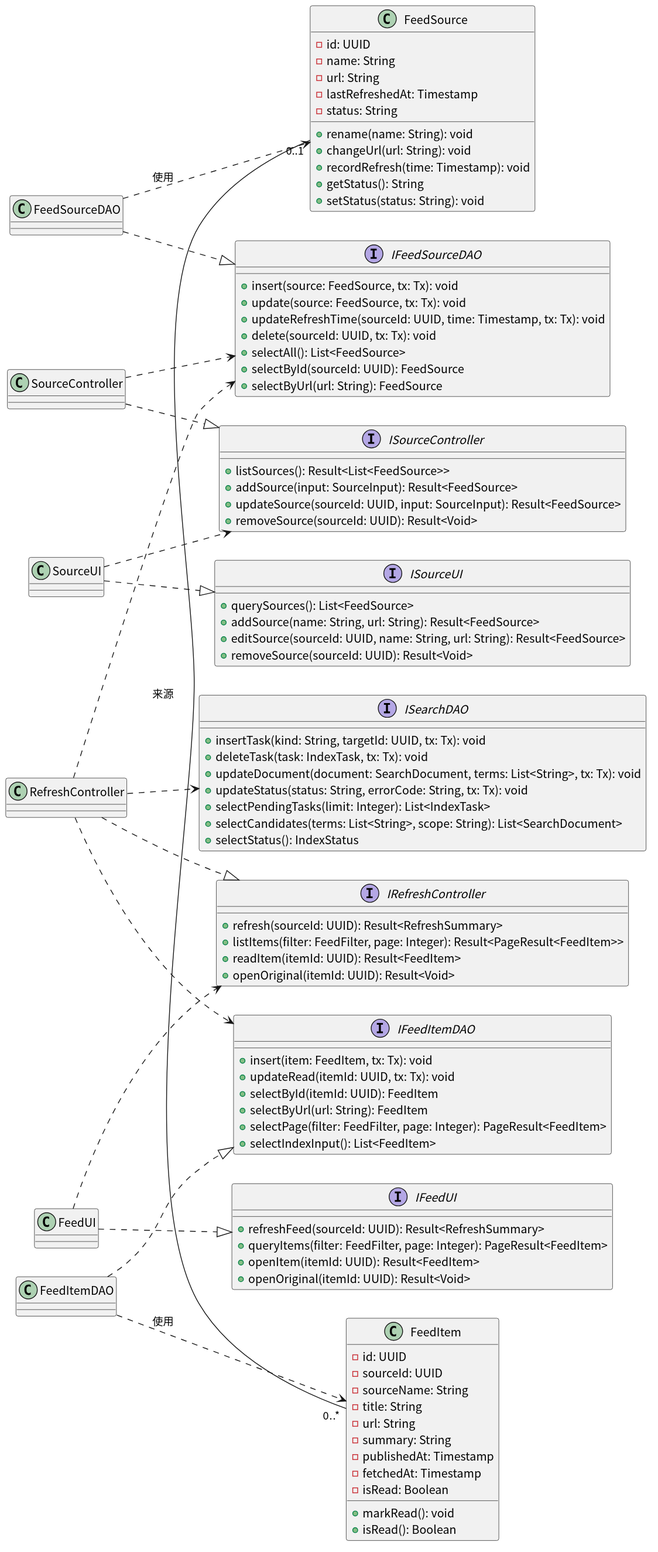
AlanRosston/labloom keeps this PlantUML diagram as docs/SE_Experiment/design/figures/components-uc02-03.svg. Above is the earlier version.
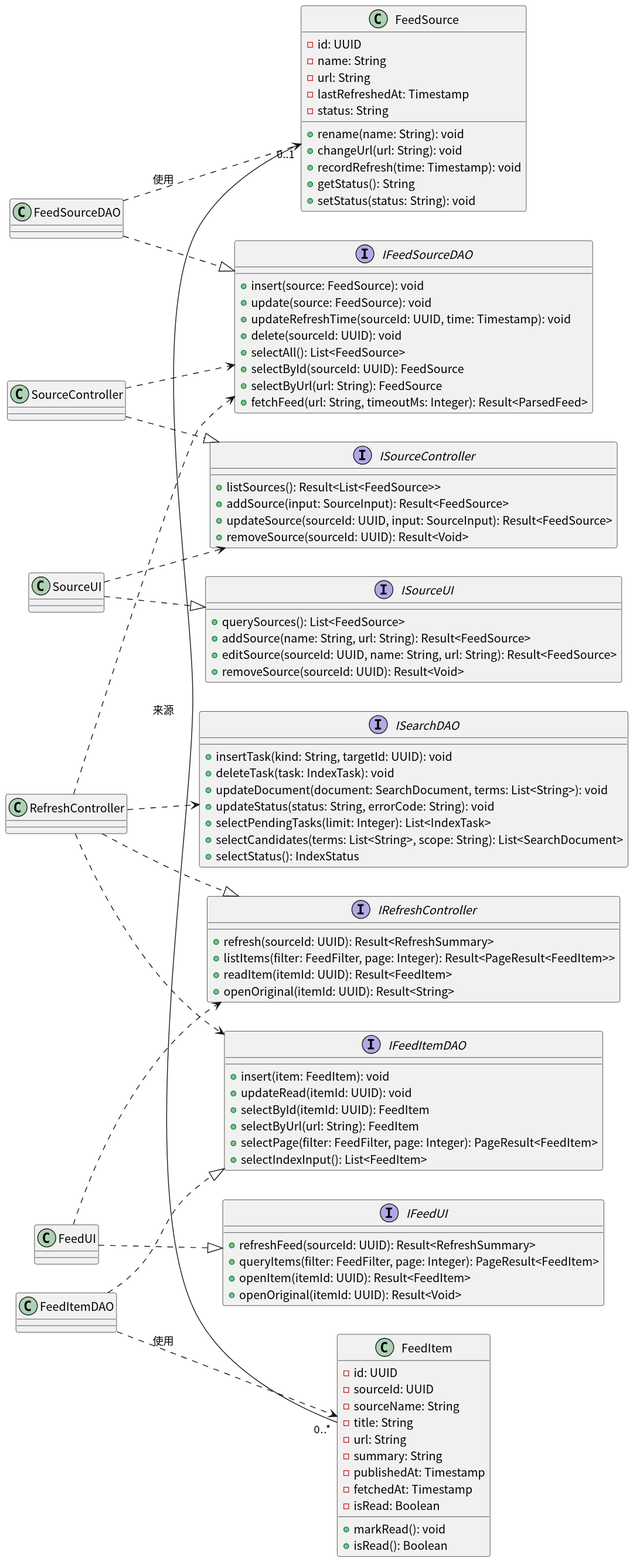
The same diagram one commit later.

Diff of the diagram source:
```diff
@@ -24,30 +24,31 @@
   + refresh(sourceId: UUID): Result<RefreshSummary>
   + listItems(filter: FeedFilter, page: Integer): Result<PageResult<FeedItem>>
   + readItem(itemId: UUID): Result<FeedItem>
-  + openOriginal(itemId: UUID): Result<Void>
+  + openOriginal(itemId: UUID): Result<String>
 }
 interface IFeedSourceDAO {
-  + insert(source: FeedSource, tx: Tx): void
-  + update(source: FeedSource, tx: Tx): void
-  + updateRefreshTime(sourceId: UUID, time: Timestamp, tx: Tx): void
-  + delete(sourceId: UUID, tx: Tx): void
+  + insert(source: FeedSource): void
+  + update(source: FeedSource): void
+  + updateRefreshTime(sourceId: UUID, time: Timestamp): void
+  + delete(sourceId: UUID): void
   + selectAll(): List<FeedSource>
   + selectById(sourceId: UUID): FeedSource
   + selectByUrl(url: String): FeedSource
+  + fetchFeed(url: String, timeoutMs: Integer): Result<ParsedFeed>
 }
 interface IFeedItemDAO {
-  + insert(item: FeedItem, tx: Tx): void
-  + updateRead(itemId: UUID, tx: Tx): void
+  + insert(item: FeedItem): void
+  + updateRead(itemId: UUID): void
   + selectById(itemId: UUID): FeedItem
   + selectByUrl(url: String): FeedItem
   + selectPage(filter: FeedFilter, page: Integer): PageResult<FeedItem>
   + selectIndexInput(): List<FeedItem>
 }
 interface ISearchDAO {
-  + insertTask(kind: String, targetId: UUID, tx: Tx): void
-  + deleteTask(task: IndexTask, tx: Tx): void
-  + updateDocument(document: SearchDocument, terms: List<String>, tx: Tx): void
-  + updateStatus(status: String, errorCode: String, tx: Tx): void
+  + insertTask(kind: String, targetId: UUID): void
+  + deleteTask(task: IndexTask): void
+  + updateDocument(document: SearchDocument, terms: List<String>): void
+  + updateStatus(status: String, errorCode: String): void
   + selectPendingTasks(limit: Integer): List<IndexTask>
   + selectCandidates(terms: List<String>, scope: String): List<SearchDocument>
   + selectStatus(): IndexStatus
```
